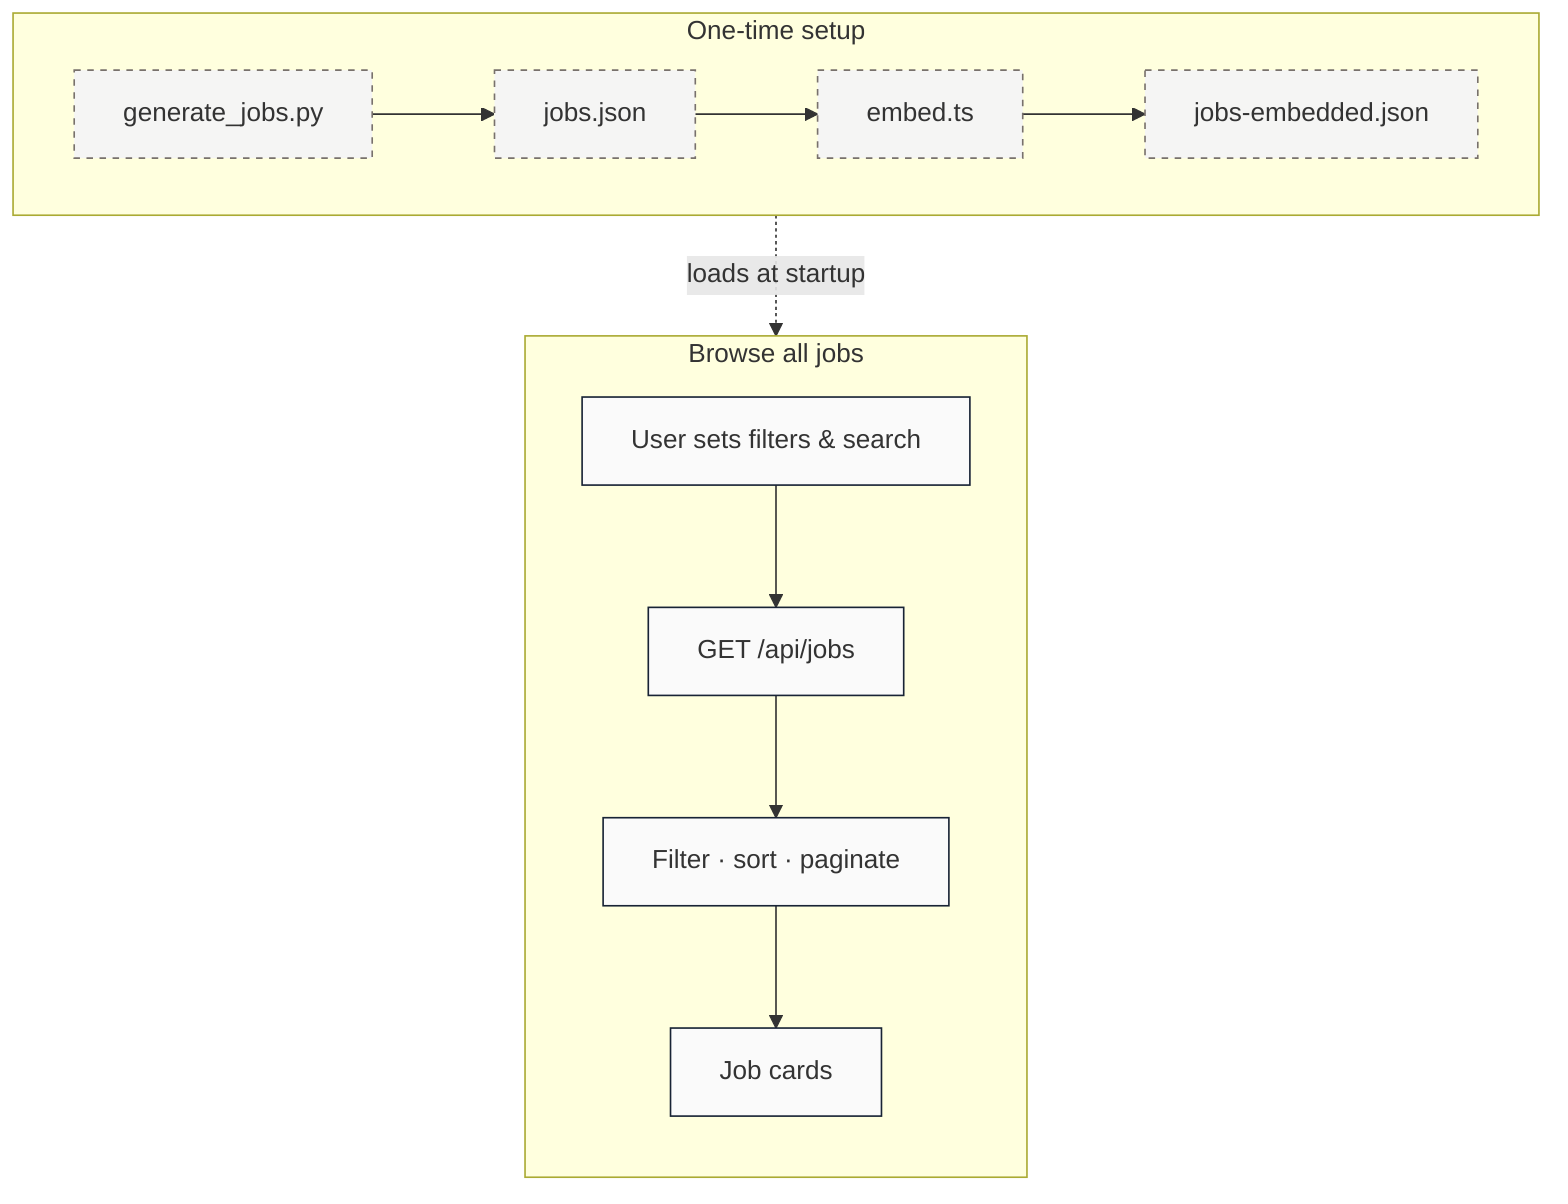
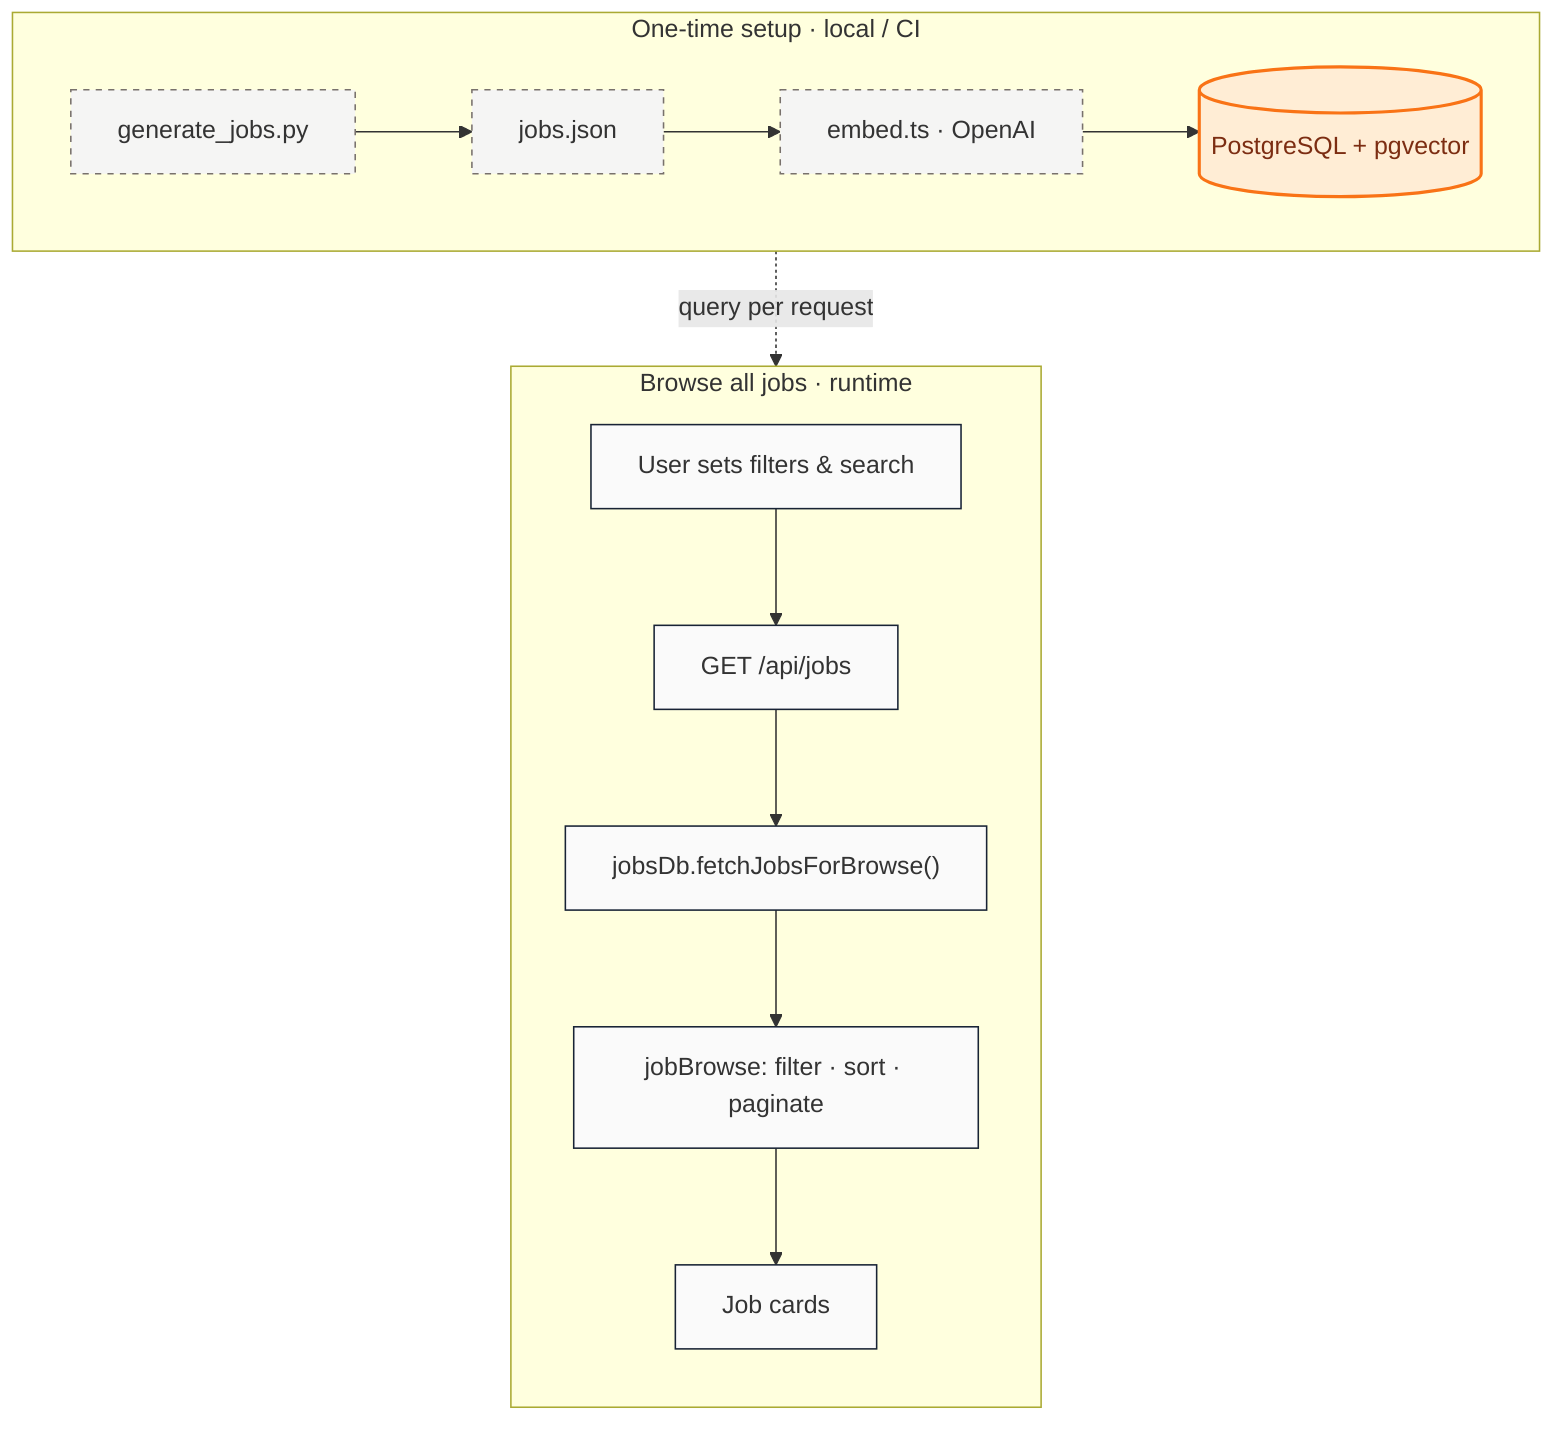
flowchart TB
-   subgraph SETUP["One-time setup"]
+   subgraph SETUP["One-time setup · local / CI"]
    direction LR
-     S1["generate_jobs.py"] --> S2["jobs.json"] --> S3["embed.ts"] --> S4["jobs-embedded.json"]
+     S1["generate_jobs.py"] --> S2["jobs.json"] --> S3["embed.ts · OpenAI"] --> S4[("PostgreSQL + pgvector")]
  end

-   subgraph BROWSE["Browse all jobs"]
+   subgraph BROWSE["Browse all jobs · runtime"]
    direction TB
    U1["User sets filters & search"]
    U2["GET /api/jobs"]
-     U3["Filter · sort · paginate"]
-     U4["Job cards"]
-     U1 --> U2 --> U3 --> U4
+     U3["jobsDb.fetchJobsForBrowse()"]
+     U4["jobBrowse: filter · sort · paginate"]
+     U5["Job cards"]
+     U1 --> U2 --> U3 --> U4 --> U5
  end

-   S4 -.->|loads at startup| U2
+   S4 -.->|query per request| U3

  classDef setup fill:#f5f5f4,stroke:#78716c,stroke-dasharray:4
  classDef browse fill:#fafafa,stroke:#182335
-   class S1,S2,S3,S4 setup
-   class U1,U2,U3,U4 browse
+   classDef db fill:#ffedd5,stroke:#f97316,stroke-width:2px,color:#7c2d12
+   class S1,S2,S3 setup
+   class U1,U2,U3,U4,U5 browse
+   class S4 db
